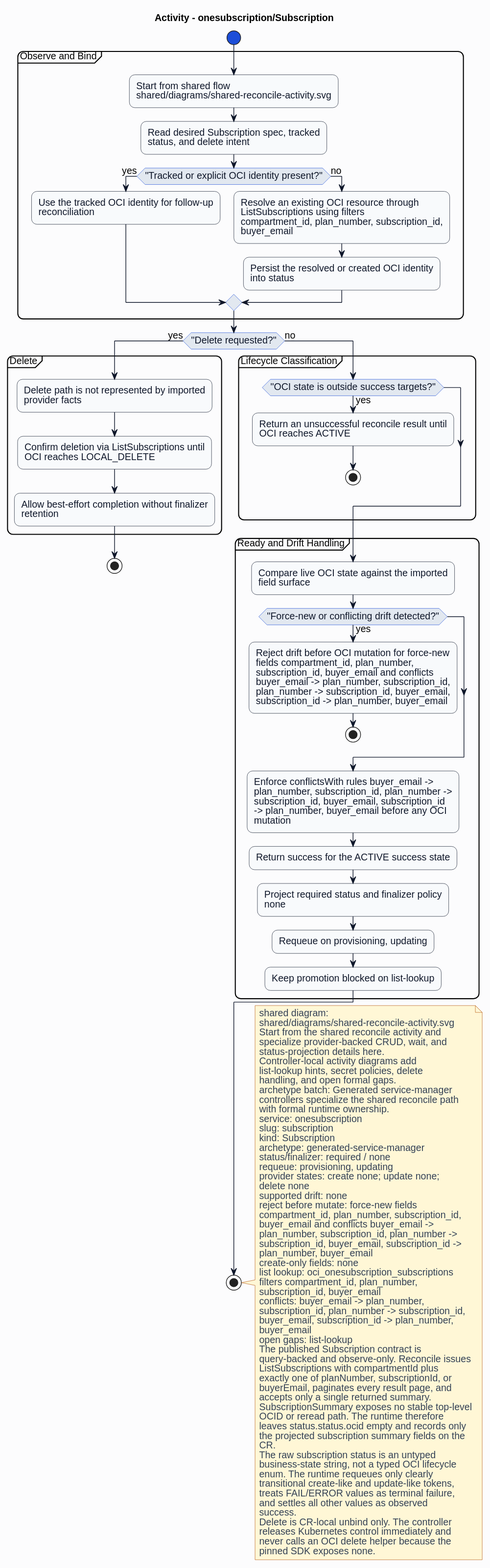
Before: formal/controllers/onesubscription/subscription/diagrams/activity.svg, a diagram exported from PlantUML (HaoyL666/oci-service-operator). Its diagram source:
```plantuml
@startuml
skinparam shadowing false
skinparam backgroundColor #fcfcfd
skinparam defaultFontName Helvetica
skinparam defaultFontSize 14
skinparam arrowColor #0f172a
skinparam noteBackgroundColor #fff7d6
skinparam noteBorderColor #b45309
skinparam noteFontColor #334155
skinparam roundcorner 16
title Activity - onesubscription/Subscription
skinparam activity {
  backgroundColor #f8fafc
  borderColor #0f172a
  fontColor #0f172a
  diamondBackgroundColor #e2e8f0
  diamondBorderColor #1d4ed8
  diamondFontColor #0f172a
  startColor #1d4ed8
  endColor #0f172a
  barColor #1d4ed8
}
start
partition "Observe and Bind" {
:Start from shared flow\nshared/diagrams/shared-reconcile-activity.svg;
:Read desired Subscription spec, tracked\nstatus, and delete intent;
if ("Tracked or explicit OCI identity present?") then (yes)
:Use the tracked OCI identity for follow-up\nreconciliation;
else (no)
:Resolve an existing OCI resource through\nListSubscriptions using filters\ncompartment_id, plan_number, subscription_id,\nbuyer_email;
:Persist the resolved or created OCI identity\ninto status;
endif
}
if ("Delete requested?") then (yes)
partition "Delete" {
:Delete path is not represented by imported\nprovider facts;
:Confirm deletion via ListSubscriptions until\nOCI reaches LOCAL_DELETE;
:Allow best-effort completion without finalizer\nretention;
}
stop
else (no)
partition "Lifecycle Classification" {
if ("OCI state is outside success targets?") then (yes)
:Return an unsuccessful reconcile result until\nOCI reaches ACTIVE;
stop
endif
}
partition "Ready and Drift Handling" {
:Compare live OCI state against the imported\nfield surface;
if ("Force-new or conflicting drift detected?") then (yes)
:Reject drift before OCI mutation for force-new\nfields compartment_id, plan_number,\nsubscription_id, buyer_email and conflicts\nbuyer_email -> plan_number, subscription_id,\nplan_number -> subscription_id, buyer_email,\nsubscription_id -> plan_number, buyer_email;
stop
endif
:Enforce conflictsWith rules buyer_email ->\nplan_number, subscription_id, plan_number ->\nsubscription_id, buyer_email, subscription_id\n-> plan_number, buyer_email before any OCI\nmutation;
:Return success for the ACTIVE success state;
:Project required status and finalizer policy\nnone;
:Requeue on provisioning, updating;
:Keep promotion blocked on list-lookup;
}
endif
stop
note right
shared diagram:
shared/diagrams/shared-reconcile-activity.svg
Start from the shared reconcile activity and
specialize provider-backed CRUD, wait, and
status-projection details here.
Controller-local activity diagrams add
list-lookup hints, secret policies, delete
handling, and open formal gaps.
archetype batch: Generated service-manager
controllers specialize the shared reconcile path
with formal runtime ownership.
service: onesubscription
slug: subscription
kind: Subscription
archetype: generated-service-manager
status/finalizer: required / none
requeue: provisioning, updating
provider states: create none; update none;
delete none
supported drift: none
reject before mutate: force-new fields
compartment_id, plan_number, subscription_id,
buyer_email and conflicts buyer_email ->
plan_number, subscription_id, plan_number ->
subscription_id, buyer_email, subscription_id ->
plan_number, buyer_email
create-only fields: none
list lookup: oci_onesubscription_subscriptions
filters compartment_id, plan_number,
subscription_id, buyer_email
conflicts: buyer_email -> plan_number,
subscription_id, plan_number -> subscription_id,
buyer_email, subscription_id -> plan_number,
buyer_email
open gaps: list-lookup
The published Subscription contract is
query-backed and observe-only. Reconcile issues
ListSubscriptions with compartmentId plus
exactly one of planNumber, subscriptionId, or
buyerEmail, paginates every result page, and
accepts only a single returned summary.
SubscriptionSummary exposes no stable top-level
OCID or reread path. The runtime therefore
leaves status.status.ocid empty and records only
the projected subscription summary fields on the
CR.
The raw subscription status is an untyped
business-state string, not a typed OCI lifecycle
enum. The runtime requeues only clearly
transitional create-like and update-like tokens,
treats FAIL/ERROR values as terminal failure,
and settles all other values as observed
success.
Delete is CR-local unbind only. The controller
releases Kubernetes control immediately and
never calls an OCI delete helper because the
pinned SDK exposes none.
end note
@enduml
```
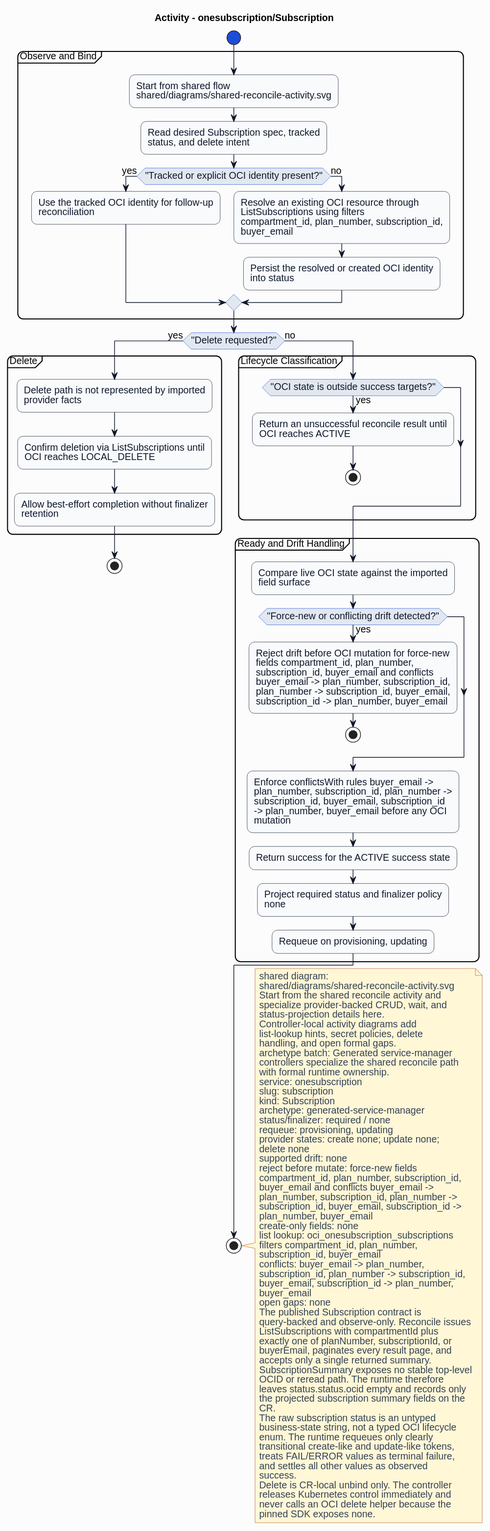
The same diagram one commit later.

Change to the diagram source:
```diff
@@ -55,7 +55,6 @@
 :Return success for the ACTIVE success state;
 :Project required status and finalizer policy\nnone;
 :Requeue on provisioning, updating;
-:Keep promotion blocked on list-lookup;
 }
 endif
 stop
@@ -94,7 +93,7 @@
 subscription_id, plan_number -> subscription_id,
 buyer_email, subscription_id -> plan_number,
 buyer_email
-open gaps: list-lookup
+open gaps: none
 The published Subscription contract is
 query-backed and observe-only. Reconcile issues
 ListSubscriptions with compartmentId plus
```
